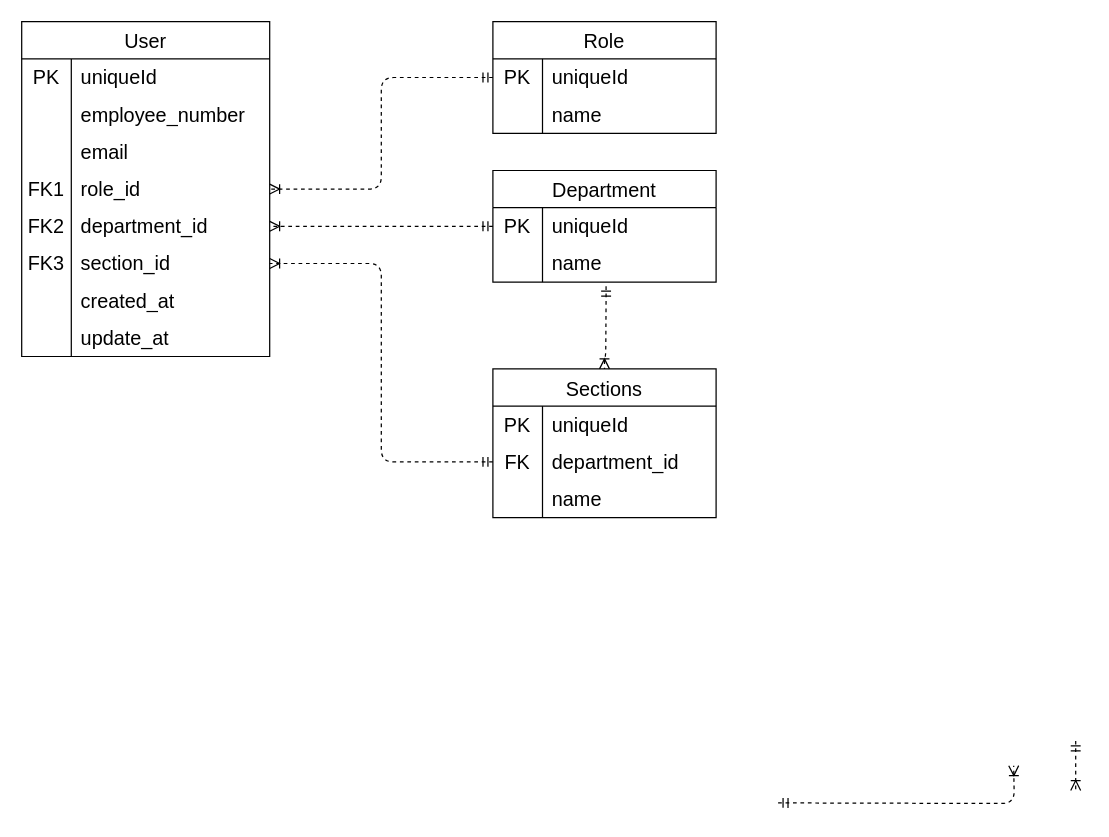
Before: Surat Perintah Lembur.drawio in Hudha11/dbd-surat-perintah-lembur, a draw.io diagram. Source tidied: cells renumbered, new cells numbered last; positions are measured from the earlier drawing's top-left corner, leaving out a move shared by most shapes. Both pictures are drawn from the tidied source at 124%, with x=0, y=0 at pixel (21, 21).
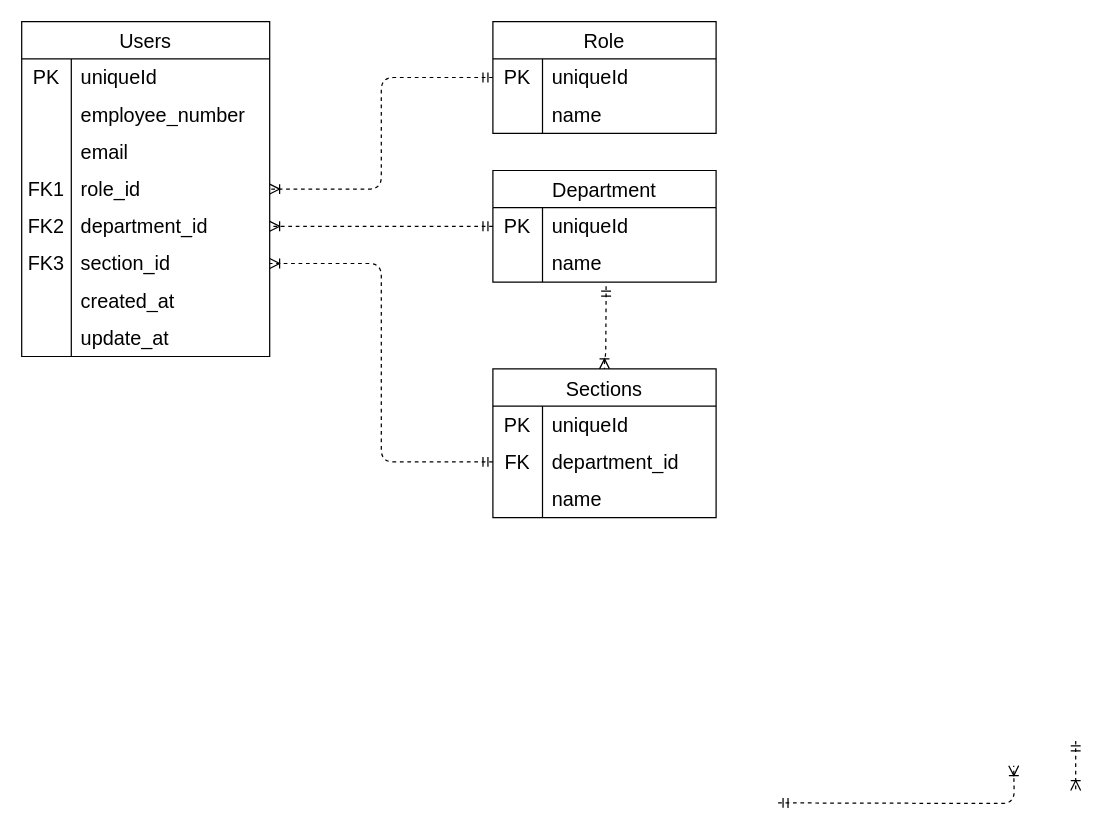
The same page after the edit.

The edit, as a diff of the source:
```diff
@@
-    <mxCell id="5" value="User" style="shape=table;startSize=30;childLayout=tableLayout;rowLines=0;fontStyle=0;strokeColor=default;fontSize=16;" parent="1" vertex="1">
+    <mxCell id="5" value="Users" style="shape=table;startSize=30;childLayout=tableLayout;rowLines=0;fontStyle=0;strokeColor=default;fontSize=16;" parent="1" vertex="1">
       <mxGeometry width="200" height="270" as="geometry" />
     </mxCell>
```
